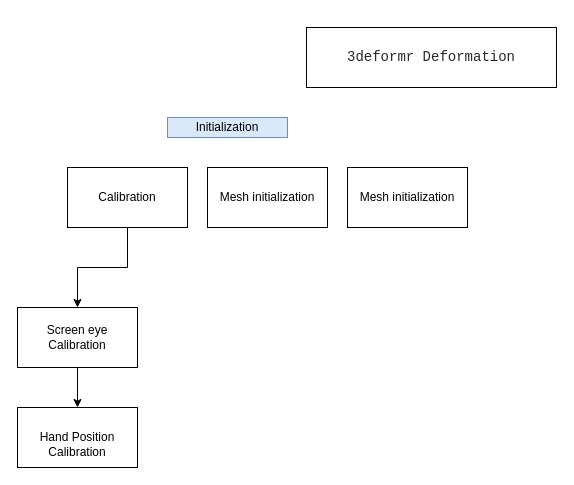
Earlier version of the draw.io diagram 3deformr_model.drawio (kitylam9/3deformr). Source tidied: cells renumbered, new cells numbered last; positions are measured from the earlier drawing's top-left corner, leaving out a move shared by most shapes. Both pictures are drawn from the tidied source at 100%, with x=0, y=0 at pixel (17, 27).
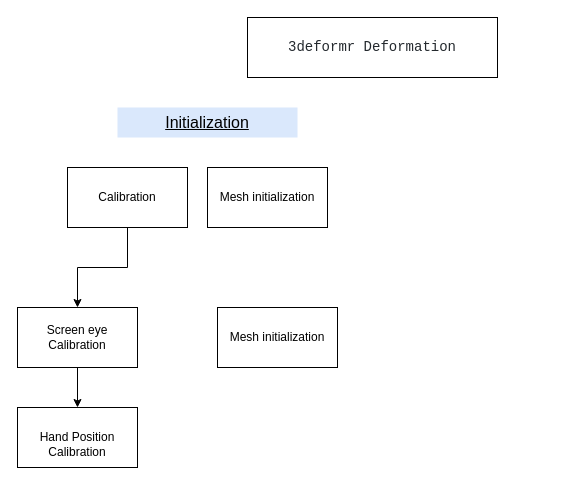
Above is the later version.

What changed in the source:
```diff
@@
 <mxGraphModel>
   <root>
     <mxCell id="0" />
     <mxCell id="1" parent="0" />
     <mxCell id="2" value="&lt;pre id=&quot;empty-setup-new-repo-echo&quot; class=&quot;copyable-terminal-content f5&quot; style=&quot;box-sizing: border-box ; font-family: , &amp;#34;consolas&amp;#34; , &amp;#34;liberation mono&amp;#34; , &amp;#34;menlo&amp;#34; , monospace ; font-size: 14px ; margin-top: 0px ; margin-bottom: 0px ; overflow: auto ; color: rgb(36 , 41 , 46)&quot;&gt;&lt;span class=&quot;user-select-contain&quot; style=&quot;box-sizing: border-box&quot;&gt;3deformr Deformation&lt;/span&gt;&lt;/pre&gt;" style="rounded=0;whiteSpace=wrap;html=1;" parent="1" vertex="1">
-      <mxGeometry x="289" width="250" height="60" as="geometry" />
+      <mxGeometry x="230" y="-10" width="250" height="60" as="geometry" />
     </mxCell>
-    <mxCell id="3" value="Initialization" style="rounded=0;whiteSpace=wrap;html=1;strokeColor=#6c8ebf;fillColor=#dae8fc;" parent="1" vertex="1">
-      <mxGeometry x="150" y="90" width="120" height="20" as="geometry" />
+    <mxCell id="3" value="Initialization" style="rounded=0;whiteSpace=wrap;html=1;fillColor=#dae8fc;fontSize=16;fontStyle=4;strokeColor=none;" parent="1" vertex="1">
+      <mxGeometry x="100" y="80" width="180" height="30" as="geometry" />
     </mxCell>
     <mxCell id="4" value="Mesh initialization" style="rounded=0;whiteSpace=wrap;html=1;" parent="1" vertex="1">
       <mxGeometry x="190" y="140" width="120" height="60" as="geometry" />
     </mxCell>
     <mxCell id="5" style="edgeStyle=orthogonalEdgeStyle;rounded=0;jettySize=auto;html=1;" parent="1" edge="1" source="6" target="8">
       <mxGeometry relative="1" as="geometry" />
     </mxCell>
     <mxCell id="6" value="Calibration" style="rounded=0;whiteSpace=wrap;html=1;" parent="1" vertex="1">
       <mxGeometry x="50" y="140" width="120" height="60" as="geometry" />
     </mxCell>
     <mxCell id="7" style="edgeStyle=orthogonalEdgeStyle;rounded=0;jettySize=auto;html=1;" parent="1" edge="1" source="8" target="9">
       <mxGeometry relative="1" as="geometry" />
     </mxCell>
     <mxCell id="8" value="Screen eye Calibration" style="rounded=0;whiteSpace=wrap;html=1;" parent="1" vertex="1">
       <mxGeometry y="280" width="120" height="60" as="geometry" />
     </mxCell>
     <mxCell id="9" value="&lt;br&gt;&lt;span&gt;Hand Position Calibration&lt;/span&gt;&lt;br&gt;" style="rounded=0;whiteSpace=wrap;html=1;" parent="1" vertex="1">
       <mxGeometry y="380" width="120" height="60" as="geometry" />
     </mxCell>
     <mxCell id="10" value="Mesh initialization" style="rounded=0;whiteSpace=wrap;html=1;" parent="1" vertex="1">
-      <mxGeometry x="330" y="140" width="120" height="60" as="geometry" />
+      <mxGeometry x="200" y="280" width="120" height="60" as="geometry" />
     </mxCell>
   </root>
 </mxGraphModel>
```
